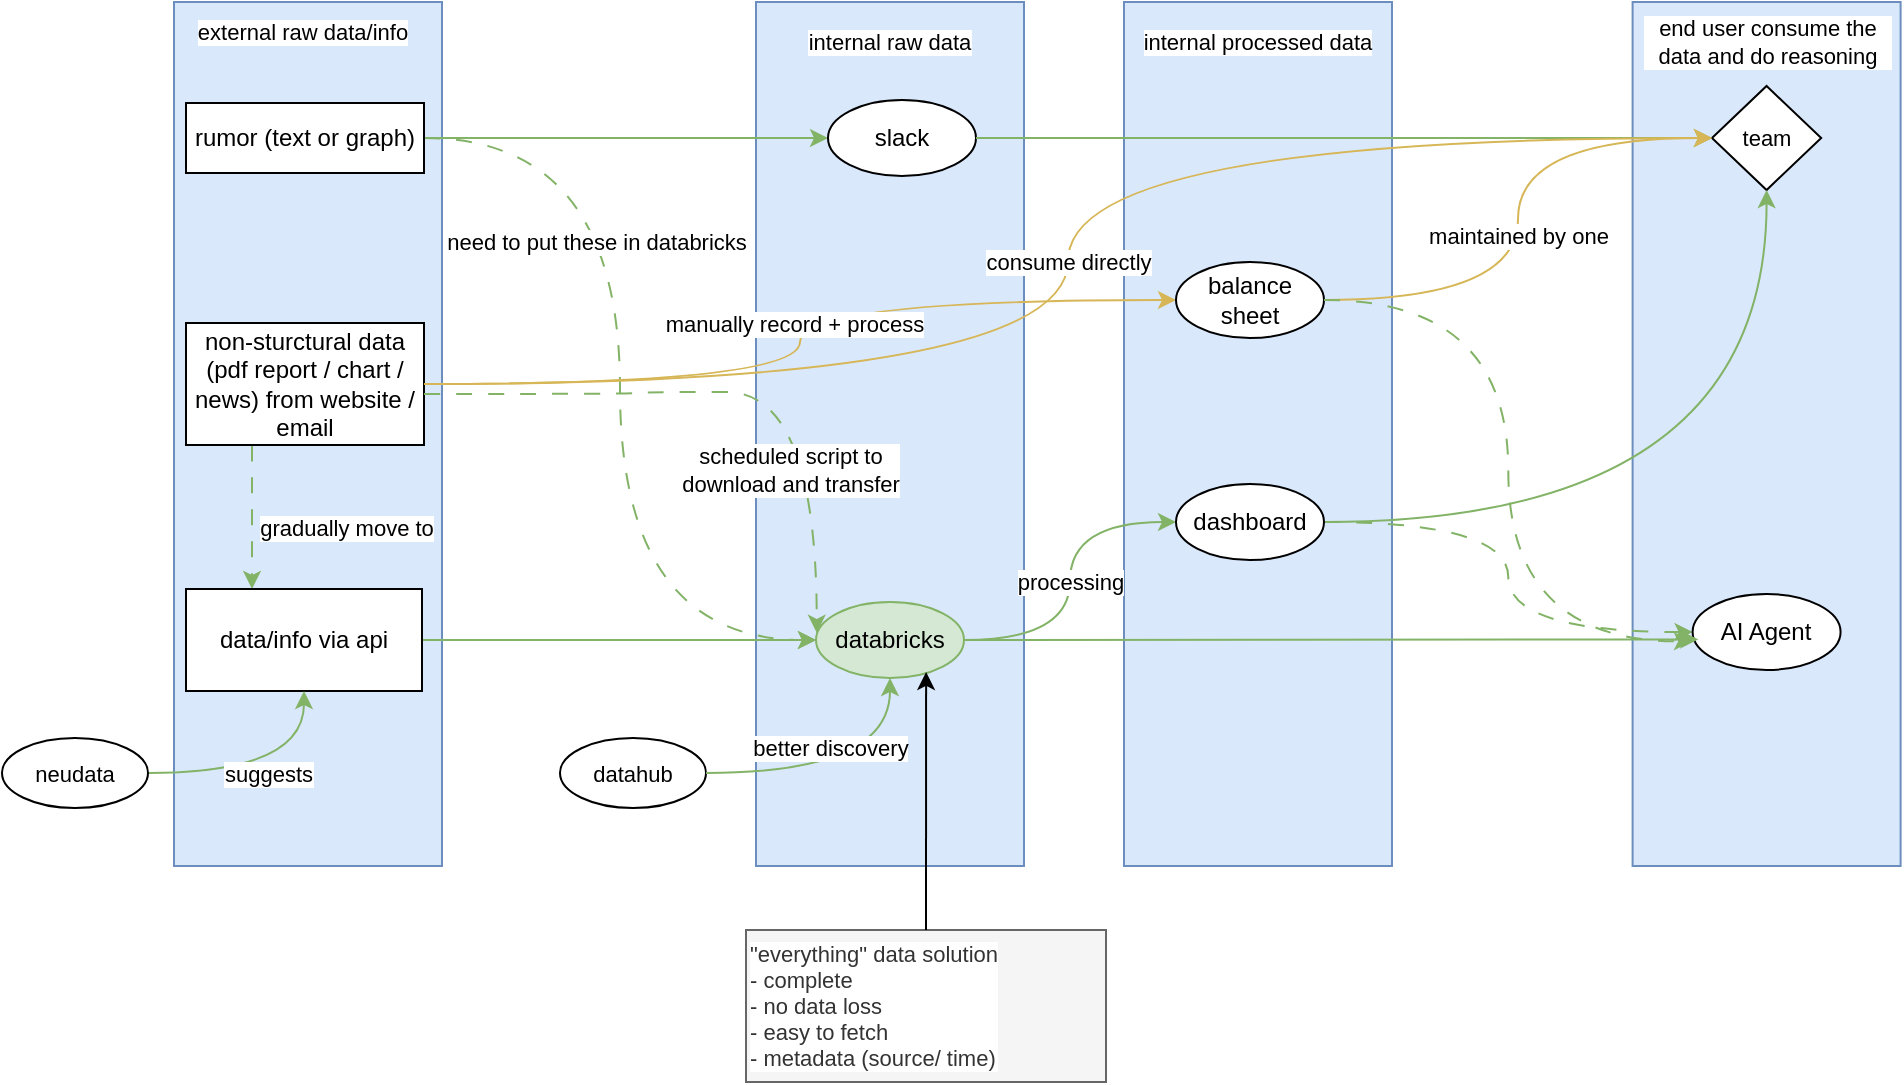
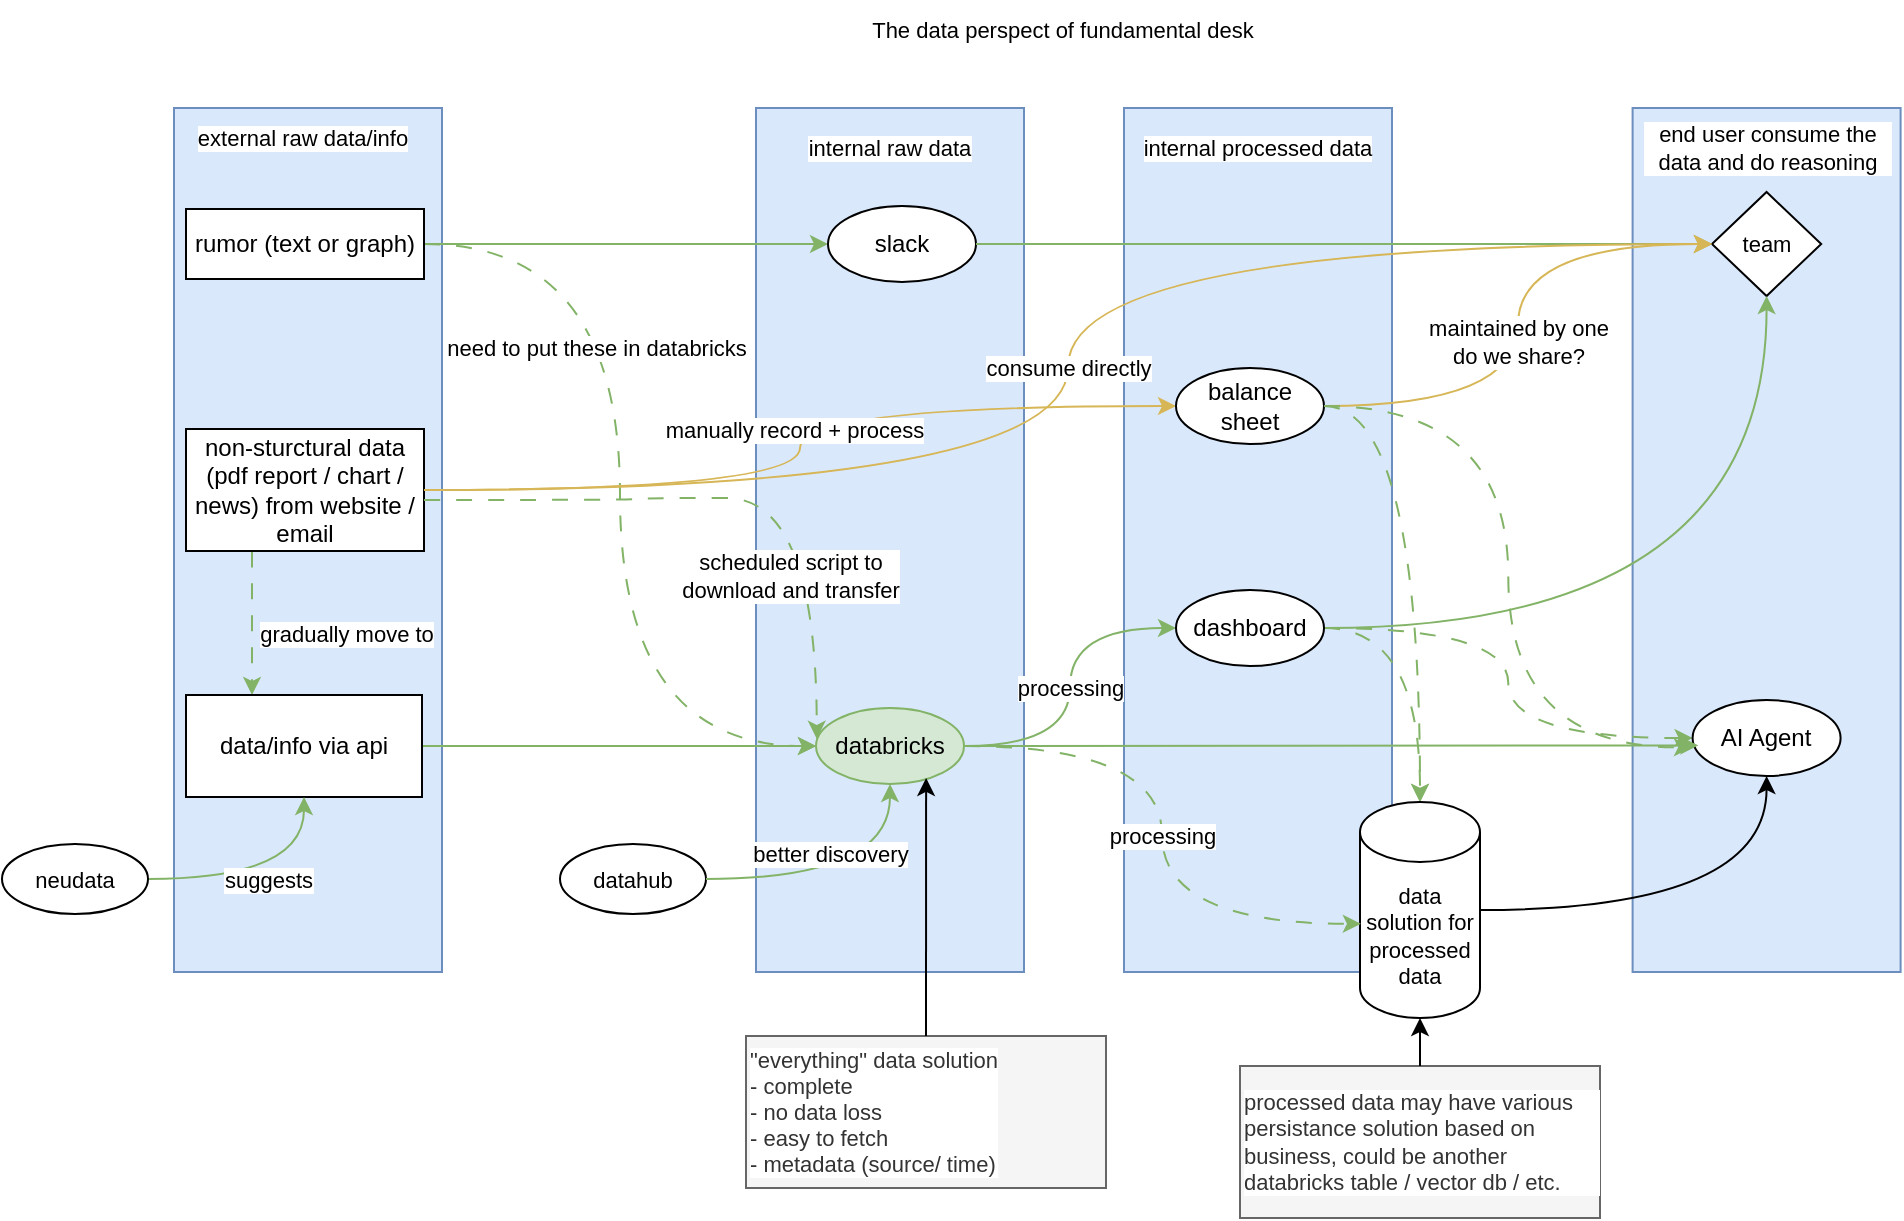
<mxfile host="app.diagrams.net">
  <diagram name="第 1 页" id="-Y137GQ_-Cw5z7RGIrcm">
    <mxGraphModel dx="2024" dy="630" grid="0" gridSize="10" guides="1" tooltips="1" connect="1" arrows="1" fold="1" page="1" pageScale="1" pageWidth="850" pageHeight="1100" math="0" shadow="0">
      <root>
        <mxCell id="0" />
        <mxCell id="1" parent="0" />
        <mxCell id="J9n-yo7wrZcu-b2uscua-51" parent="1" style="rounded=0;whiteSpace=wrap;html=1;fontFamily=Helvetica;fontSize=11;labelBackgroundColor=default;fillColor=#dae8fc;strokeColor=#6c8ebf;" value="" vertex="1">
-           <mxGeometry height="432" width="134" x="612.3" y="4" as="geometry" />
+           <mxGeometry height="432" width="134" x="594.3" y="58" as="geometry" />
        </mxCell>
        <mxCell id="J9n-yo7wrZcu-b2uscua-50" parent="1" style="rounded=0;whiteSpace=wrap;html=1;fontFamily=Helvetica;fontSize=11;labelBackgroundColor=default;fillColor=#dae8fc;strokeColor=#6c8ebf;" value="" vertex="1">
-           <mxGeometry height="432" width="134" x="358" y="4" as="geometry" />
+           <mxGeometry height="432" width="134" x="340" y="58" as="geometry" />
        </mxCell>
        <mxCell id="J9n-yo7wrZcu-b2uscua-49" parent="1" style="rounded=0;whiteSpace=wrap;html=1;fontFamily=Helvetica;fontSize=11;labelBackgroundColor=default;fillColor=#dae8fc;strokeColor=#6c8ebf;" value="" vertex="1">
-           <mxGeometry height="432" width="134" x="174" y="4" as="geometry" />
+           <mxGeometry height="432" width="134" x="156" y="58" as="geometry" />
        </mxCell>
        <mxCell id="J9n-yo7wrZcu-b2uscua-48" parent="1" style="rounded=0;whiteSpace=wrap;html=1;fontFamily=Helvetica;fontSize=11;labelBackgroundColor=default;fillColor=#dae8fc;strokeColor=#6c8ebf;" value="" vertex="1">
-           <mxGeometry height="432" width="134" x="-117" y="4" as="geometry" />
+           <mxGeometry height="432" width="134" x="-135" y="58" as="geometry" />
        </mxCell>
        <mxCell id="J9n-yo7wrZcu-b2uscua-7" edge="1" parent="1" source="J9n-yo7wrZcu-b2uscua-2" style="edgeStyle=orthogonalEdgeStyle;rounded=0;orthogonalLoop=1;jettySize=auto;html=1;entryX=0;entryY=0.5;entryDx=0;entryDy=0;curved=1;fillColor=#d5e8d4;strokeColor=#82b366;" target="J9n-yo7wrZcu-b2uscua-6" value="">
          <mxGeometry relative="1" as="geometry" />
        </mxCell>
        <mxCell id="J9n-yo7wrZcu-b2uscua-41" edge="1" parent="1" source="J9n-yo7wrZcu-b2uscua-2" style="edgeStyle=orthogonalEdgeStyle;shape=connector;curved=1;rounded=0;orthogonalLoop=1;jettySize=auto;html=1;entryX=0;entryY=0.5;entryDx=0;entryDy=0;strokeColor=#82b366;align=center;verticalAlign=middle;fontFamily=Helvetica;fontSize=11;fontColor=default;labelBackgroundColor=default;endArrow=classic;fillColor=#d5e8d4;dashed=1;dashPattern=8 8;" target="J9n-yo7wrZcu-b2uscua-19" value="need to put these in databricks">
          <mxGeometry relative="1" x="-0.3301" y="-12" as="geometry">
            <mxPoint as="offset" />
          </mxGeometry>
        </mxCell>
        <mxCell id="J9n-yo7wrZcu-b2uscua-2" parent="1" style="rounded=0;whiteSpace=wrap;html=1;" value="rumor (text or graph)" vertex="1">
-           <mxGeometry height="35" width="119" x="-111" y="54.5" as="geometry" />
+           <mxGeometry height="35" width="119" x="-129" y="108.5" as="geometry" />
        </mxCell>
        <mxCell id="J9n-yo7wrZcu-b2uscua-9" edge="1" parent="1" source="J9n-yo7wrZcu-b2uscua-3" style="edgeStyle=orthogonalEdgeStyle;rounded=0;orthogonalLoop=1;jettySize=auto;html=1;curved=1;fillColor=#fff2cc;strokeColor=#d6b656;entryX=0;entryY=0.5;entryDx=0;entryDy=0;" target="J9n-yo7wrZcu-b2uscua-8" value="manually record + process">
          <mxGeometry relative="1" x="0.045" y="3" as="geometry">
            <mxPoint as="offset" />
          </mxGeometry>
        </mxCell>
        <mxCell id="J9n-yo7wrZcu-b2uscua-32" edge="1" parent="1" source="J9n-yo7wrZcu-b2uscua-3" style="edgeStyle=orthogonalEdgeStyle;shape=connector;curved=1;rounded=0;orthogonalLoop=1;jettySize=auto;html=1;strokeColor=#82b366;align=center;verticalAlign=middle;fontFamily=Helvetica;fontSize=11;fontColor=default;labelBackgroundColor=default;endArrow=classic;fillColor=#d5e8d4;dashed=1;dashPattern=8 8;" target="J9n-yo7wrZcu-b2uscua-5" value="gradually move to">
          <mxGeometry relative="1" x="0.1389" y="47" as="geometry">
            <mxPoint as="offset" />
            <Array as="points">
-               <mxPoint x="-78" y="264.5" />
-               <mxPoint x="-78" y="264.5" />
+               <mxPoint x="-96" y="318.5" />
+               <mxPoint x="-96" y="318.5" />
            </Array>
          </mxGeometry>
        </mxCell>
        <mxCell id="J9n-yo7wrZcu-b2uscua-3" parent="1" style="rounded=0;whiteSpace=wrap;html=1;" value="non-sturctural data (pdf report / chart / news) from website / email" vertex="1">
-           <mxGeometry height="61" width="119" x="-111" y="164.5" as="geometry" />
+           <mxGeometry height="61" width="119" x="-129" y="218.5" as="geometry" />
        </mxCell>
        <mxCell id="J9n-yo7wrZcu-b2uscua-20" edge="1" parent="1" source="J9n-yo7wrZcu-b2uscua-5" style="edgeStyle=orthogonalEdgeStyle;shape=connector;curved=1;rounded=0;orthogonalLoop=1;jettySize=auto;html=1;entryX=0;entryY=0.5;entryDx=0;entryDy=0;strokeColor=#82b366;align=center;verticalAlign=middle;fontFamily=Helvetica;fontSize=11;fontColor=default;labelBackgroundColor=default;endArrow=classic;fillColor=#d5e8d4;" target="J9n-yo7wrZcu-b2uscua-19">
          <mxGeometry relative="1" as="geometry" />
        </mxCell>
        <mxCell id="J9n-yo7wrZcu-b2uscua-5" parent="1" style="rounded=0;whiteSpace=wrap;html=1;" value="data/info via api" vertex="1">
-           <mxGeometry height="51" width="118" x="-111" y="297.5" as="geometry" />
+           <mxGeometry height="51" width="118" x="-129" y="351.5" as="geometry" />
        </mxCell>
        <mxCell id="J9n-yo7wrZcu-b2uscua-6" parent="1" style="ellipse;whiteSpace=wrap;html=1;" value="slack" vertex="1">
-           <mxGeometry height="38" width="74" x="210" y="53" as="geometry" />
+           <mxGeometry height="38" width="74" x="192" y="107" as="geometry" />
+         </mxCell>
+         <mxCell id="J9n-yo7wrZcu-b2uscua-67" edge="1" parent="1" source="J9n-yo7wrZcu-b2uscua-8" style="edgeStyle=orthogonalEdgeStyle;shape=connector;curved=1;rounded=0;orthogonalLoop=1;jettySize=auto;html=1;strokeColor=#82b366;align=center;verticalAlign=middle;fontFamily=Helvetica;fontSize=11;fontColor=default;labelBackgroundColor=default;endArrow=classic;fillColor=#d5e8d4;dashed=1;dashPattern=8 8;" target="J9n-yo7wrZcu-b2uscua-62">
+           <mxGeometry relative="1" as="geometry" />
        </mxCell>
        <mxCell id="J9n-yo7wrZcu-b2uscua-8" parent="1" style="ellipse;whiteSpace=wrap;html=1;" value="balance sheet" vertex="1">
-           <mxGeometry height="38" width="74" x="384" y="134" as="geometry" />
+           <mxGeometry height="38" width="74" x="366" y="188" as="geometry" />
        </mxCell>
        <mxCell id="J9n-yo7wrZcu-b2uscua-16" parent="1" style="rhombus;whiteSpace=wrap;html=1;fontFamily=Helvetica;fontSize=11;fontColor=default;labelBackgroundColor=default;" value="team" vertex="1">
-           <mxGeometry height="52" width="54.6" x="652" y="46" as="geometry" />
+           <mxGeometry height="52" width="54.6" x="634" y="100" as="geometry" />
        </mxCell>
        <mxCell id="J9n-yo7wrZcu-b2uscua-17" edge="1" parent="1" source="J9n-yo7wrZcu-b2uscua-6" style="edgeStyle=orthogonalEdgeStyle;shape=connector;curved=1;rounded=0;orthogonalLoop=1;jettySize=auto;html=1;strokeColor=#82b366;align=center;verticalAlign=middle;fontFamily=Helvetica;fontSize=11;fontColor=default;labelBackgroundColor=default;endArrow=classic;entryX=0;entryY=0.5;entryDx=0;entryDy=0;fillColor=#d5e8d4;" target="J9n-yo7wrZcu-b2uscua-16">
          <mxGeometry relative="1" as="geometry">
-             <mxPoint x="323" y="73" as="targetPoint" />
+             <mxPoint x="305" y="127" as="targetPoint" />
          </mxGeometry>
        </mxCell>
        <mxCell id="J9n-yo7wrZcu-b2uscua-33" edge="1" parent="1" source="J9n-yo7wrZcu-b2uscua-19" style="edgeStyle=orthogonalEdgeStyle;shape=connector;curved=1;rounded=0;orthogonalLoop=1;jettySize=auto;html=1;entryX=0;entryY=0.5;entryDx=0;entryDy=0;strokeColor=#82b366;align=center;verticalAlign=middle;fontFamily=Helvetica;fontSize=11;fontColor=default;labelBackgroundColor=default;endArrow=classic;fillColor=#d5e8d4;" target="J9n-yo7wrZcu-b2uscua-26" value="processing">
          <mxGeometry relative="1" as="geometry" />
        </mxCell>
        <mxCell id="J9n-yo7wrZcu-b2uscua-19" parent="1" style="ellipse;whiteSpace=wrap;html=1;fillColor=#d5e8d4;strokeColor=#82b366;" value="databricks" vertex="1">
-           <mxGeometry height="38" width="74" x="204" y="304" as="geometry" />
+           <mxGeometry height="38" width="74" x="186" y="358" as="geometry" />
        </mxCell>
        <mxCell id="J9n-yo7wrZcu-b2uscua-34" edge="1" parent="1" source="J9n-yo7wrZcu-b2uscua-26" style="edgeStyle=orthogonalEdgeStyle;shape=connector;curved=1;rounded=0;orthogonalLoop=1;jettySize=auto;html=1;strokeColor=#82b366;align=center;verticalAlign=middle;fontFamily=Helvetica;fontSize=11;fontColor=default;labelBackgroundColor=default;endArrow=classic;fillColor=#d5e8d4;" target="J9n-yo7wrZcu-b2uscua-16">
          <mxGeometry relative="1" as="geometry" />
        </mxCell>
        <mxCell id="J9n-yo7wrZcu-b2uscua-45" edge="1" parent="1" source="J9n-yo7wrZcu-b2uscua-26" style="edgeStyle=orthogonalEdgeStyle;shape=connector;curved=1;rounded=0;orthogonalLoop=1;jettySize=auto;html=1;entryX=0;entryY=0.5;entryDx=0;entryDy=0;strokeColor=#82b366;align=center;verticalAlign=middle;fontFamily=Helvetica;fontSize=11;fontColor=default;labelBackgroundColor=default;endArrow=classic;dashed=1;dashPattern=8 8;fillColor=#d5e8d4;" target="J9n-yo7wrZcu-b2uscua-39">
          <mxGeometry relative="1" as="geometry" />
        </mxCell>
+         <mxCell id="J9n-yo7wrZcu-b2uscua-66" edge="1" parent="1" source="J9n-yo7wrZcu-b2uscua-26" style="edgeStyle=orthogonalEdgeStyle;shape=connector;curved=1;rounded=0;orthogonalLoop=1;jettySize=auto;html=1;strokeColor=#82b366;align=center;verticalAlign=middle;fontFamily=Helvetica;fontSize=11;fontColor=default;labelBackgroundColor=default;endArrow=classic;fillColor=#d5e8d4;dashed=1;dashPattern=8 8;" target="J9n-yo7wrZcu-b2uscua-62">
+           <mxGeometry relative="1" as="geometry" />
+         </mxCell>
        <mxCell id="J9n-yo7wrZcu-b2uscua-26" parent="1" style="ellipse;whiteSpace=wrap;html=1;" value="dashboard" vertex="1">
-           <mxGeometry height="38" width="74" x="384" y="245" as="geometry" />
+           <mxGeometry height="38" width="74" x="366" y="299" as="geometry" />
        </mxCell>
        <mxCell id="J9n-yo7wrZcu-b2uscua-29" edge="1" parent="1" source="J9n-yo7wrZcu-b2uscua-3" style="edgeStyle=orthogonalEdgeStyle;shape=connector;curved=1;rounded=0;orthogonalLoop=1;jettySize=auto;html=1;entryX=0.005;entryY=0.405;entryDx=0;entryDy=0;entryPerimeter=0;strokeColor=#82b366;align=center;verticalAlign=middle;fontFamily=Helvetica;fontSize=11;fontColor=default;labelBackgroundColor=default;endArrow=classic;dashed=1;dashPattern=8 8;fillColor=#d5e8d4;" target="J9n-yo7wrZcu-b2uscua-19" value="scheduled script to &lt;br&gt;download and transfer">
          <mxGeometry relative="1" x="0.4864" y="-13" as="geometry">
            <mxPoint as="offset" />
            <Array as="points">
-               <mxPoint x="114" y="200" />
-               <mxPoint x="114" y="199" />
-               <mxPoint x="204" y="199" />
+               <mxPoint x="96" y="254" />
+               <mxPoint x="96" y="253" />
+               <mxPoint x="186" y="253" />
            </Array>
          </mxGeometry>
        </mxCell>
-         <mxCell id="J9n-yo7wrZcu-b2uscua-30" edge="1" parent="1" source="J9n-yo7wrZcu-b2uscua-8" style="edgeStyle=orthogonalEdgeStyle;shape=connector;curved=1;rounded=0;orthogonalLoop=1;jettySize=auto;html=1;entryX=0;entryY=0.5;entryDx=0;entryDy=0;strokeColor=#d6b656;align=center;verticalAlign=middle;fontFamily=Helvetica;fontSize=11;fontColor=default;labelBackgroundColor=default;endArrow=classic;fillColor=#fff2cc;" target="J9n-yo7wrZcu-b2uscua-16" value="maintained by one">
-           <mxGeometry relative="1" x="-0.0608" as="geometry">
+         <mxCell id="J9n-yo7wrZcu-b2uscua-30" edge="1" parent="1" source="J9n-yo7wrZcu-b2uscua-8" style="edgeStyle=orthogonalEdgeStyle;shape=connector;curved=1;rounded=0;orthogonalLoop=1;jettySize=auto;html=1;entryX=0;entryY=0.5;entryDx=0;entryDy=0;strokeColor=#d6b656;align=center;verticalAlign=middle;fontFamily=Helvetica;fontSize=11;fontColor=default;labelBackgroundColor=default;endArrow=classic;fillColor=#fff2cc;" target="J9n-yo7wrZcu-b2uscua-16" value="maintained by one&lt;div&gt;do we share?&lt;/div&gt;">
+           <mxGeometry relative="1" x="-0.0609" as="geometry">
            <mxPoint as="offset" />
          </mxGeometry>
        </mxCell>
        <mxCell id="J9n-yo7wrZcu-b2uscua-36" parent="1" style="text;html=1;whiteSpace=wrap;strokeColor=none;fillColor=none;align=center;verticalAlign=middle;rounded=0;fontFamily=Helvetica;fontSize=11;fontColor=default;labelBackgroundColor=default;" value="external raw data/info" vertex="1">
-           <mxGeometry height="30" width="125" x="-115" y="4" as="geometry" />
+           <mxGeometry height="30" width="125" x="-133" y="58" as="geometry" />
        </mxCell>
        <mxCell id="J9n-yo7wrZcu-b2uscua-37" parent="1" style="text;html=1;whiteSpace=wrap;strokeColor=none;fillColor=none;align=center;verticalAlign=middle;rounded=0;fontFamily=Helvetica;fontSize=11;fontColor=default;labelBackgroundColor=default;" value="internal raw data" vertex="1">
-           <mxGeometry height="30" width="125.5" x="178.25" y="9" as="geometry" />
+           <mxGeometry height="30" width="125.5" x="160.25" y="63" as="geometry" />
        </mxCell>
        <mxCell id="J9n-yo7wrZcu-b2uscua-39" parent="1" style="ellipse;whiteSpace=wrap;html=1;" value="AI Agent" vertex="1">
-           <mxGeometry height="38" width="74" x="642.3" y="300" as="geometry" />
+           <mxGeometry height="38" width="74" x="624.3" y="354" as="geometry" />
        </mxCell>
        <mxCell id="J9n-yo7wrZcu-b2uscua-40" edge="1" parent="1" source="J9n-yo7wrZcu-b2uscua-19" style="edgeStyle=orthogonalEdgeStyle;shape=connector;curved=1;rounded=0;orthogonalLoop=1;jettySize=auto;html=1;entryX=0.039;entryY=0.598;entryDx=0;entryDy=0;entryPerimeter=0;strokeColor=#82b366;align=center;verticalAlign=middle;fontFamily=Helvetica;fontSize=11;fontColor=default;labelBackgroundColor=default;endArrow=classic;fillColor=#d5e8d4;" target="J9n-yo7wrZcu-b2uscua-39">
          <mxGeometry relative="1" as="geometry" />
        </mxCell>
        <mxCell id="J9n-yo7wrZcu-b2uscua-42" parent="1" style="text;html=1;whiteSpace=wrap;strokeColor=none;fillColor=none;align=center;verticalAlign=middle;rounded=0;fontFamily=Helvetica;fontSize=11;fontColor=default;labelBackgroundColor=default;" value="internal processed data" vertex="1">
-           <mxGeometry height="30" width="125.5" x="362" y="9" as="geometry" />
+           <mxGeometry height="30" width="125.5" x="344" y="63" as="geometry" />
        </mxCell>
        <mxCell id="J9n-yo7wrZcu-b2uscua-43" parent="1" style="ellipse;whiteSpace=wrap;html=1;fontFamily=Helvetica;fontSize=11;fontColor=default;labelBackgroundColor=default;" value="datahub" vertex="1">
-           <mxGeometry height="35" width="73" x="76" y="372" as="geometry" />
+           <mxGeometry height="35" width="73" x="58" y="426" as="geometry" />
        </mxCell>
        <mxCell id="J9n-yo7wrZcu-b2uscua-44" edge="1" parent="1" source="J9n-yo7wrZcu-b2uscua-43" style="edgeStyle=orthogonalEdgeStyle;shape=connector;curved=1;rounded=0;orthogonalLoop=1;jettySize=auto;html=1;entryX=0.5;entryY=1;entryDx=0;entryDy=0;strokeColor=#82b366;align=center;verticalAlign=middle;fontFamily=Helvetica;fontSize=11;fontColor=default;labelBackgroundColor=default;endArrow=classic;fillColor=#d5e8d4;" target="J9n-yo7wrZcu-b2uscua-19" value="better discovery">
          <mxGeometry relative="1" x="-0.1126" y="13" as="geometry">
            <mxPoint as="offset" />
          </mxGeometry>
        </mxCell>
        <mxCell id="J9n-yo7wrZcu-b2uscua-46" edge="1" parent="1" source="J9n-yo7wrZcu-b2uscua-8" style="edgeStyle=orthogonalEdgeStyle;shape=connector;curved=1;rounded=0;orthogonalLoop=1;jettySize=auto;html=1;entryX=-0.004;entryY=0.623;entryDx=0;entryDy=0;entryPerimeter=0;strokeColor=#82b366;align=center;verticalAlign=middle;fontFamily=Helvetica;fontSize=11;fontColor=default;labelBackgroundColor=default;endArrow=classic;fillColor=#d5e8d4;dashed=1;dashPattern=8 8;" target="J9n-yo7wrZcu-b2uscua-39">
          <mxGeometry relative="1" as="geometry" />
        </mxCell>
        <mxCell id="J9n-yo7wrZcu-b2uscua-47" parent="1" style="text;html=1;whiteSpace=wrap;strokeColor=none;fillColor=none;align=center;verticalAlign=middle;rounded=0;fontFamily=Helvetica;fontSize=11;fontColor=default;labelBackgroundColor=default;" value="end user consume the data and do reasoning" vertex="1">
-           <mxGeometry height="30" width="125.5" x="616.55" y="9" as="geometry" />
+           <mxGeometry height="30" width="125.5" x="598.55" y="63" as="geometry" />
        </mxCell>
        <mxCell id="J9n-yo7wrZcu-b2uscua-52" edge="1" parent="1" source="J9n-yo7wrZcu-b2uscua-3" style="edgeStyle=orthogonalEdgeStyle;shape=connector;curved=1;rounded=0;orthogonalLoop=1;jettySize=auto;html=1;entryX=0;entryY=0.5;entryDx=0;entryDy=0;strokeColor=#d6b656;align=center;verticalAlign=middle;fontFamily=Helvetica;fontSize=11;fontColor=default;labelBackgroundColor=default;endArrow=classic;fillColor=#fff2cc;" target="J9n-yo7wrZcu-b2uscua-16" value="consume directly">
          <mxGeometry relative="1" as="geometry" />
        </mxCell>
        <mxCell id="J9n-yo7wrZcu-b2uscua-55" edge="1" parent="1" source="J9n-yo7wrZcu-b2uscua-54" style="edgeStyle=orthogonalEdgeStyle;shape=connector;curved=1;rounded=0;orthogonalLoop=1;jettySize=auto;html=1;strokeColor=#82b366;align=center;verticalAlign=middle;fontFamily=Helvetica;fontSize=11;fontColor=default;labelBackgroundColor=default;endArrow=classic;fillColor=#d5e8d4;" target="J9n-yo7wrZcu-b2uscua-5" value="suggests">
          <mxGeometry relative="1" as="geometry" />
        </mxCell>
        <mxCell id="J9n-yo7wrZcu-b2uscua-54" parent="1" style="ellipse;whiteSpace=wrap;html=1;fontFamily=Helvetica;fontSize=11;fontColor=default;labelBackgroundColor=default;" value="neudata" vertex="1">
-           <mxGeometry height="35" width="73" x="-203" y="372" as="geometry" />
+           <mxGeometry height="35" width="73" x="-221" y="426" as="geometry" />
        </mxCell>
        <mxCell id="J9n-yo7wrZcu-b2uscua-56" parent="1" style="text;html=1;whiteSpace=wrap;strokeColor=#666666;fillColor=#f5f5f5;align=left;verticalAlign=middle;rounded=0;fontFamily=Helvetica;fontSize=11;fontColor=#333333;labelBackgroundColor=default;" value="&quot;everything&quot; data solution&lt;br&gt;- complete&lt;div&gt;- no data loss&lt;br&gt;&lt;div&gt;- easy to fetch&lt;/div&gt;&lt;/div&gt;&lt;div style=&quot;&quot;&gt;- metadata (source/ time)&lt;/div&gt;" vertex="1">
-           <mxGeometry height="76" width="180" x="169" y="468" as="geometry" />
+           <mxGeometry height="76" width="180" x="151" y="522" as="geometry" />
        </mxCell>
        <mxCell id="J9n-yo7wrZcu-b2uscua-57" edge="1" parent="1" source="J9n-yo7wrZcu-b2uscua-56" style="edgeStyle=orthogonalEdgeStyle;shape=connector;curved=1;rounded=0;orthogonalLoop=1;jettySize=auto;html=1;entryX=0.744;entryY=0.92;entryDx=0;entryDy=0;entryPerimeter=0;strokeColor=default;align=center;verticalAlign=middle;fontFamily=Helvetica;fontSize=11;fontColor=default;labelBackgroundColor=default;endArrow=classic;" target="J9n-yo7wrZcu-b2uscua-19">
+           <mxGeometry relative="1" as="geometry" />
+         </mxCell>
+         <mxCell id="J9n-yo7wrZcu-b2uscua-58" parent="1" style="text;html=1;whiteSpace=wrap;strokeColor=none;fillColor=none;align=center;verticalAlign=middle;rounded=0;fontFamily=Helvetica;fontSize=11;fontColor=default;labelBackgroundColor=default;" value="The data perspect of fundamental desk" vertex="1">
+           <mxGeometry height="30" width="283" x="168" y="4" as="geometry" />
+         </mxCell>
+         <mxCell id="J9n-yo7wrZcu-b2uscua-68" edge="1" parent="1" source="J9n-yo7wrZcu-b2uscua-62" style="edgeStyle=orthogonalEdgeStyle;shape=connector;curved=1;rounded=0;orthogonalLoop=1;jettySize=auto;html=1;strokeColor=default;align=center;verticalAlign=middle;fontFamily=Helvetica;fontSize=11;fontColor=default;labelBackgroundColor=default;endArrow=classic;" target="J9n-yo7wrZcu-b2uscua-39">
+           <mxGeometry relative="1" as="geometry" />
+         </mxCell>
+         <mxCell id="J9n-yo7wrZcu-b2uscua-62" parent="1" style="shape=cylinder3;whiteSpace=wrap;html=1;boundedLbl=1;backgroundOutline=1;size=15;fontFamily=Helvetica;fontSize=11;fontColor=default;labelBackgroundColor=default;" value="data solution for processed data" vertex="1">
+           <mxGeometry height="108" width="60" x="458" y="405" as="geometry" />
+         </mxCell>
+         <mxCell id="J9n-yo7wrZcu-b2uscua-64" edge="1" parent="1" source="J9n-yo7wrZcu-b2uscua-19" style="edgeStyle=orthogonalEdgeStyle;shape=connector;curved=1;rounded=0;orthogonalLoop=1;jettySize=auto;html=1;entryX=0.007;entryY=0.564;entryDx=0;entryDy=0;entryPerimeter=0;strokeColor=#82b366;align=center;verticalAlign=middle;fontFamily=Helvetica;fontSize=11;fontColor=default;labelBackgroundColor=default;endArrow=classic;fillColor=#d5e8d4;dashed=1;dashPattern=8 8;" target="J9n-yo7wrZcu-b2uscua-62" value="processing">
+           <mxGeometry relative="1" as="geometry" />
+         </mxCell>
+         <mxCell id="J9n-yo7wrZcu-b2uscua-69" parent="1" style="text;html=1;whiteSpace=wrap;strokeColor=#666666;fillColor=#f5f5f5;align=left;verticalAlign=middle;rounded=0;fontFamily=Helvetica;fontSize=11;fontColor=#333333;labelBackgroundColor=default;" value="processed data may have various persistance solution based on business, could be another databricks table / vector db / etc." vertex="1">
+           <mxGeometry height="76" width="180" x="398" y="537" as="geometry" />
+         </mxCell>
+         <mxCell id="J9n-yo7wrZcu-b2uscua-70" edge="1" parent="1" source="J9n-yo7wrZcu-b2uscua-69" style="edgeStyle=orthogonalEdgeStyle;shape=connector;curved=1;rounded=0;orthogonalLoop=1;jettySize=auto;html=1;entryX=0.5;entryY=1;entryDx=0;entryDy=0;entryPerimeter=0;strokeColor=default;align=center;verticalAlign=middle;fontFamily=Helvetica;fontSize=11;fontColor=default;labelBackgroundColor=default;endArrow=classic;" target="J9n-yo7wrZcu-b2uscua-62">
          <mxGeometry relative="1" as="geometry" />
        </mxCell>
      </root>
    </mxGraphModel>
  </diagram>
</mxfile>
